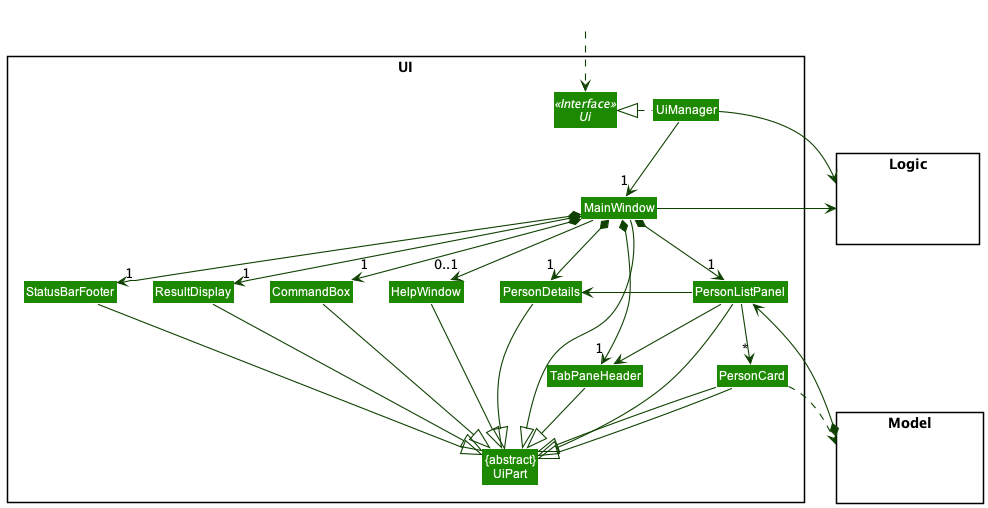
Earlier version of the PlantUML export docs/images/UiClassDiagram.png (nus-cs2103-AY2122S1/tp).
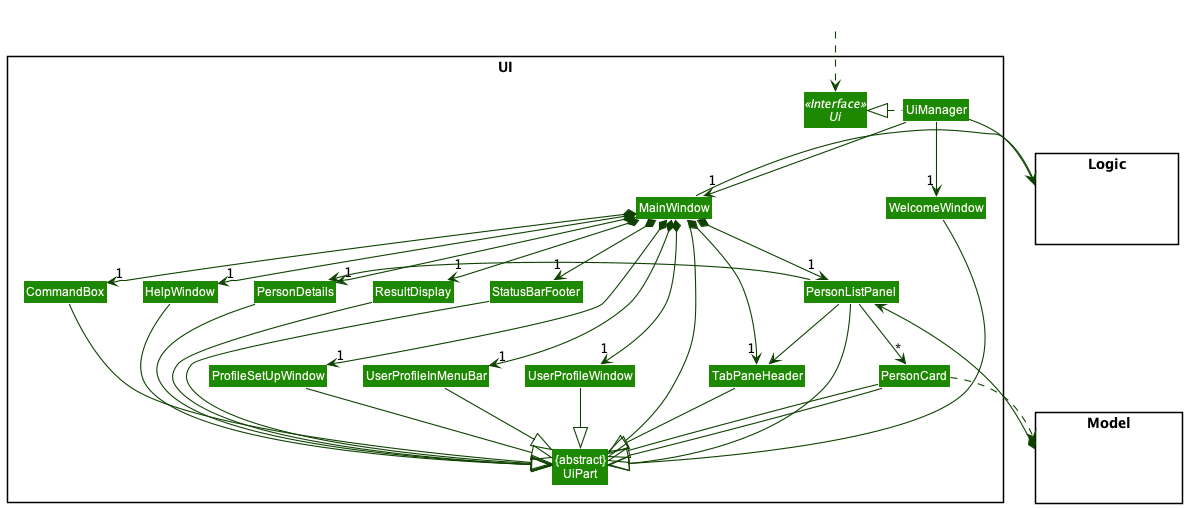
After the commit.

Change to the diagram source:
```diff
@@ -10,6 +10,10 @@
 Class UiManager
 Class MainWindow
 Class HelpWindow
+Class ProfileSetUpWindow
+Class UserProfileWindow
+Class WelcomeWindow
+Class UserProfileInMenuBar
 Class ResultDisplay
 Class PersonListPanel
 Class PersonCard
@@ -32,13 +36,17 @@
 
 UiManager .left.|> Ui
 UiManager -down-> "1" MainWindow
+UiManager -down-> "1" WelcomeWindow
 MainWindow *-down->  "1" CommandBox
 MainWindow *-down-> "1" ResultDisplay
 MainWindow *-down-> "1" PersonListPanel
 MainWindow *-down-> "1" StatusBarFooter
 MainWindow *-down-> "1" TabPaneHeader
 MainWindow *-down-> "1" PersonDetails
-MainWindow --> "0..1" HelpWindow
+MainWindow *-down-> "1" HelpWindow
+MainWindow *-down-> "1" ProfileSetUpWindow
+MainWindow *-down-> "1" UserProfileWindow
+MainWindow *-down-> "1" UserProfileInMenuBar
 PersonListPanel --> "*" PersonCard
 PersonListPanel -left-> PersonDetails
 PersonListPanel -down-> TabPaneHeader
@@ -51,6 +59,10 @@
 PersonCard --|> UiPart
 StatusBarFooter --|> UiPart
 HelpWindow --|> UiPart
+ProfileSetUpWindow --|> UiPart
+UserProfileWindow --|> UiPart
+WelcomeWindow --|> UiPart
+UserProfileInMenuBar --|> UiPart
 PersonCard --|> UiPart
 PersonDetails --|> UiPart
 TabPaneHeader --|> UiPart
```
